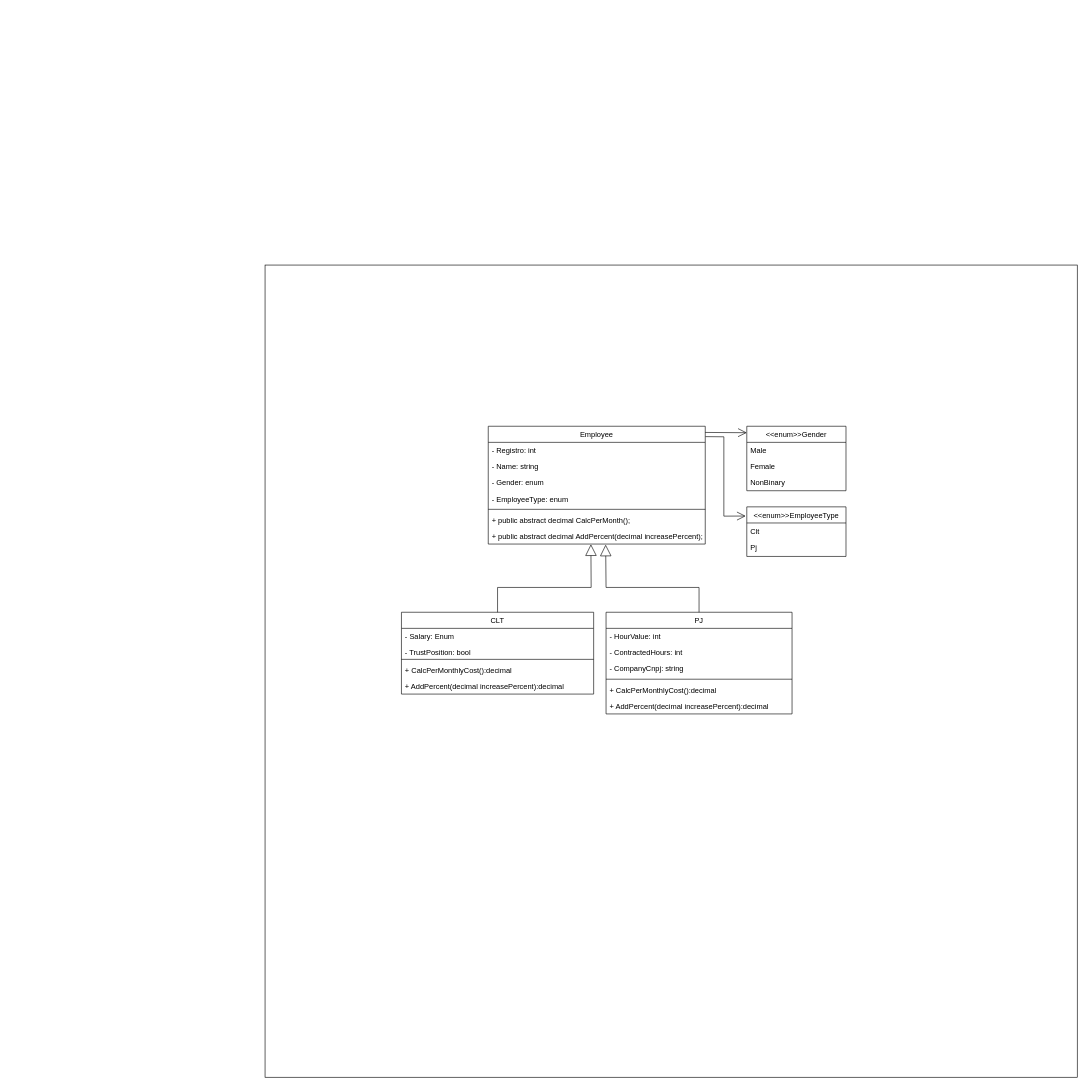
Earlier version of the draw.io diagram doc/diagram.drawio (febreno/Cp1cshapEmployee). Source tidied: cells renumbered, new cells numbered last; positions are measured from the earlier drawing's top-left corner, leaving out a move shared by most shapes. Both pictures are drawn from the tidied source at 62%, with x=0, y=0 at pixel (265, 265).
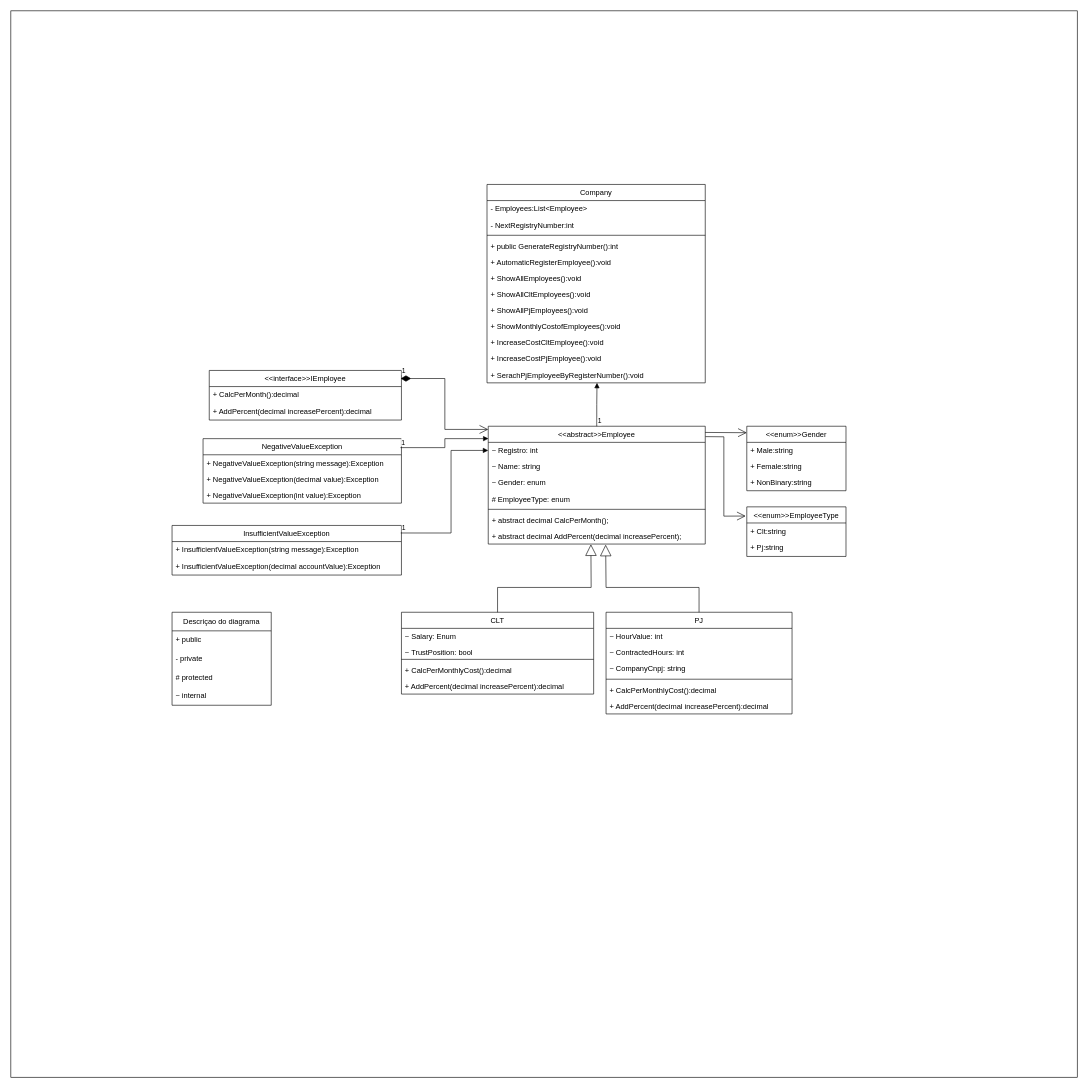
Above is the later version.

Unchanged cells that the change refers to:
```xml
<mxCell id="3" value="CLT" style="swimlane;fontStyle=0;align=center;verticalAlign=top;horizontal=1;startSize=26;rounded=0;shadow=0;strokeWidth=1;" parent="1" vertex="1">
  <mxGeometry x="220" y="560" width="310" height="132" as="geometry" />
</mxCell>
<mxCell id="9" value="PJ" style="swimlane;fontStyle=0;align=center;verticalAlign=top;horizontal=1;startSize=26;rounded=0;shadow=0;strokeWidth=1;" parent="1" vertex="1">
  <mxGeometry x="550" y="560" width="300" height="164" as="geometry" />
</mxCell>
<mxCell id="24" value="&lt;&lt;enum&gt;&gt;EmployeeType" style="swimlane;fontStyle=0;align=center;verticalAlign=top;horizontal=1;startSize=26;rounded=0;shadow=0;strokeWidth=1;" parent="1" vertex="1">
  <mxGeometry x="777" y="390" width="160" height="80" as="geometry" />
</mxCell>
<mxCell id="27" value="&lt;&lt;enum&gt;&gt;Gender" style="swimlane;fontStyle=0;align=center;verticalAlign=top;horizontal=1;startSize=26;rounded=0;shadow=0;strokeWidth=1;" parent="1" vertex="1">
  <mxGeometry x="777" y="260" width="160" height="104" as="geometry" />
</mxCell>
```

The edit, as a diff of the source:
```diff
@@
     <mxCell id="2" style="whiteSpace=wrap;html=1;" parent="1" vertex="1">
-      <mxGeometry width="1310" height="1310" as="geometry" />
+      <mxGeometry x="-410" y="-410" width="1720" height="1720" as="geometry" />
     </mxCell>
@@
-    <mxCell id="4" value="- Salary: Enum" style="text;align=left;verticalAlign=top;spacingLeft=4;spacingRight=4;overflow=hidden;rounded=0;shadow=0;html=0;" parent="3" vertex="1">
+    <mxCell id="4" value="~ Salary: Enum" style="text;align=left;verticalAlign=top;spacingLeft=4;spacingRight=4;overflow=hidden;rounded=0;shadow=0;html=0;" parent="3" vertex="1">
       <mxGeometry y="26" width="310" height="26" as="geometry" />
     </mxCell>
-    <mxCell id="5" value="- TrustPosition: bool" style="text;align=left;verticalAlign=top;spacingLeft=4;spacingRight=4;overflow=hidden;rounded=0;shadow=0;html=0;" parent="3" vertex="1">
+    <mxCell id="5" value="~ TrustPosition: bool" style="text;align=left;verticalAlign=top;spacingLeft=4;spacingRight=4;overflow=hidden;rounded=0;shadow=0;html=0;" parent="3" vertex="1">
       <mxGeometry y="52" width="310" height="20" as="geometry" />
     </mxCell>
@@
-    <mxCell id="10" value="- HourValue: int" style="text;align=left;verticalAlign=top;spacingLeft=4;spacingRight=4;overflow=hidden;rounded=0;shadow=0;html=0;" parent="9" vertex="1">
+    <mxCell id="10" value="~ HourValue: int" style="text;align=left;verticalAlign=top;spacingLeft=4;spacingRight=4;overflow=hidden;rounded=0;shadow=0;html=0;" parent="9" vertex="1">
       <mxGeometry y="26" width="300" height="26" as="geometry" />
     </mxCell>
-    <mxCell id="11" value="- ContractedHours: int" style="text;align=left;verticalAlign=top;spacingLeft=4;spacingRight=4;overflow=hidden;rounded=0;shadow=0;html=0;" parent="9" vertex="1">
+    <mxCell id="11" value="~ ContractedHours: int" style="text;align=left;verticalAlign=top;spacingLeft=4;spacingRight=4;overflow=hidden;rounded=0;shadow=0;html=0;" parent="9" vertex="1">
       <mxGeometry y="52" width="300" height="26" as="geometry" />
     </mxCell>
-    <mxCell id="12" value="- CompanyCnpj: string" style="text;align=left;verticalAlign=top;spacingLeft=4;spacingRight=4;overflow=hidden;rounded=0;shadow=0;html=0;" parent="9" vertex="1">
+    <mxCell id="12" value="~ CompanyCnpj: string" style="text;align=left;verticalAlign=top;spacingLeft=4;spacingRight=4;overflow=hidden;rounded=0;shadow=0;html=0;" parent="9" vertex="1">
       <mxGeometry y="78" width="300" height="26" as="geometry" />
     </mxCell>
@@
-    <mxCell id="16" value="Employee" style="swimlane;fontStyle=0;align=center;verticalAlign=top;horizontal=1;startSize=26;rounded=0;shadow=0;strokeWidth=1;" parent="1" vertex="1">
+    <mxCell id="16" value="&lt;&lt;abstract&gt;&gt;Employee" style="swimlane;fontStyle=0;align=center;verticalAlign=top;horizontal=1;startSize=26;rounded=0;shadow=0;strokeWidth=1;" parent="1" vertex="1">
       <mxGeometry x="360" y="260" width="350" height="190" as="geometry" />
     </mxCell>
-    <mxCell id="17" value="- Registro: int" style="text;align=left;verticalAlign=top;spacingLeft=4;spacingRight=4;overflow=hidden;points=[[0,0.5],[1,0.5]];portConstraint=eastwest;" parent="16" vertex="1">
+    <mxCell id="17" value="~ Registro: int" style="text;align=left;verticalAlign=top;spacingLeft=4;spacingRight=4;overflow=hidden;points=[[0,0.5],[1,0.5]];portConstraint=eastwest;" parent="16" vertex="1">
       <mxGeometry y="26" width="350" height="26" as="geometry" />
     </mxCell>
-    <mxCell id="18" value="- Name: string" style="text;align=left;verticalAlign=top;spacingLeft=4;spacingRight=4;overflow=hidden;rounded=0;shadow=0;html=0;" parent="16" vertex="1">
+    <mxCell id="18" value="~ Name: string" style="text;align=left;verticalAlign=top;spacingLeft=4;spacingRight=4;overflow=hidden;rounded=0;shadow=0;html=0;" parent="16" vertex="1">
       <mxGeometry y="52" width="350" height="26" as="geometry" />
     </mxCell>
-    <mxCell id="19" value="- Gender: enum" style="text;align=left;verticalAlign=top;spacingLeft=4;spacingRight=4;overflow=hidden;rounded=0;shadow=0;html=0;" parent="16" vertex="1">
+    <mxCell id="19" value="~ Gender: enum" style="text;align=left;verticalAlign=top;spacingLeft=4;spacingRight=4;overflow=hidden;rounded=0;shadow=0;html=0;" parent="16" vertex="1">
       <mxGeometry y="78" width="350" height="26" as="geometry" />
     </mxCell>
-    <mxCell id="20" value="- EmployeeType: enum" style="text;align=left;verticalAlign=top;spacingLeft=4;spacingRight=4;overflow=hidden;rounded=0;shadow=0;html=0;" parent="16" vertex="1">
+    <mxCell id="20" value="# EmployeeType: enum" style="text;align=left;verticalAlign=top;spacingLeft=4;spacingRight=4;overflow=hidden;rounded=0;shadow=0;html=0;" parent="16" vertex="1">
       <mxGeometry y="104" width="350" height="26" as="geometry" />
     </mxCell>
@@
-    <mxCell id="22" value="+ public abstract decimal CalcPerMonth();" style="text;align=left;verticalAlign=top;spacingLeft=4;spacingRight=4;overflow=hidden;" parent="16" vertex="1">
+    <mxCell id="22" value="+ abstract decimal CalcPerMonth();" style="text;align=left;verticalAlign=top;spacingLeft=4;spacingRight=4;overflow=hidden;" parent="16" vertex="1">
       <mxGeometry y="138" width="350" height="26" as="geometry" />
     </mxCell>
-    <mxCell id="23" value="+ public abstract decimal AddPercent(decimal increasePercent);" style="text;align=left;verticalAlign=top;spacingLeft=4;spacingRight=4;overflow=hidden;points=[[0,0.5],[1,0.5]];portConstraint=eastwest;" parent="16" vertex="1">
+    <mxCell id="23" value="+ abstract decimal AddPercent(decimal increasePercent);" style="text;align=left;verticalAlign=top;spacingLeft=4;spacingRight=4;overflow=hidden;points=[[0,0.5],[1,0.5]];portConstraint=eastwest;" parent="16" vertex="1">
       <mxGeometry y="164" width="350" height="26" as="geometry" />
     </mxCell>
@@
-    <mxCell id="25" value="Clt" style="text;align=left;verticalAlign=top;spacingLeft=4;spacingRight=4;overflow=hidden;rounded=0;shadow=0;html=0;" parent="24" vertex="1">
+    <mxCell id="25" value="+ Clt:string" style="text;align=left;verticalAlign=top;spacingLeft=4;spacingRight=4;overflow=hidden;rounded=0;shadow=0;html=0;" parent="24" vertex="1">
       <mxGeometry y="26" width="160" height="26" as="geometry" />
     </mxCell>
-    <mxCell id="26" value="Pj" style="text;align=left;verticalAlign=top;spacingLeft=4;spacingRight=4;overflow=hidden;rounded=0;shadow=0;html=0;" parent="24" vertex="1">
+    <mxCell id="26" value="+ Pj:string" style="text;align=left;verticalAlign=top;spacingLeft=4;spacingRight=4;overflow=hidden;rounded=0;shadow=0;html=0;" parent="24" vertex="1">
       <mxGeometry y="52" width="160" height="26" as="geometry" />
     </mxCell>
@@
-    <mxCell id="28" value="Male" style="text;align=left;verticalAlign=top;spacingLeft=4;spacingRight=4;overflow=hidden;rounded=0;shadow=0;html=0;" parent="27" vertex="1">
+    <mxCell id="28" value="+ Male:string" style="text;align=left;verticalAlign=top;spacingLeft=4;spacingRight=4;overflow=hidden;rounded=0;shadow=0;html=0;" parent="27" vertex="1">
       <mxGeometry y="26" width="160" height="26" as="geometry" />
     </mxCell>
-    <mxCell id="29" value="Female" style="text;align=left;verticalAlign=top;spacingLeft=4;spacingRight=4;overflow=hidden;rounded=0;shadow=0;html=0;" parent="27" vertex="1">
+    <mxCell id="29" value="+ Female:string" style="text;align=left;verticalAlign=top;spacingLeft=4;spacingRight=4;overflow=hidden;rounded=0;shadow=0;html=0;" parent="27" vertex="1">
       <mxGeometry y="52" width="160" height="26" as="geometry" />
     </mxCell>
-    <mxCell id="30" value="NonBinary" style="text;align=left;verticalAlign=top;spacingLeft=4;spacingRight=4;overflow=hidden;rounded=0;shadow=0;html=0;" parent="27" vertex="1">
+    <mxCell id="30" value="+ NonBinary:string" style="text;align=left;verticalAlign=top;spacingLeft=4;spacingRight=4;overflow=hidden;rounded=0;shadow=0;html=0;" parent="27" vertex="1">
       <mxGeometry y="78" width="160" height="26" as="geometry" />
     </mxCell>
@@
+    <mxCell id="35" value="&lt;&lt;interface&gt;&gt;IEmployee" style="swimlane;fontStyle=0;align=center;verticalAlign=top;horizontal=1;startSize=26;rounded=0;shadow=0;strokeWidth=1;" parent="1" vertex="1">
+      <mxGeometry x="-90" y="170" width="310" height="80" as="geometry" />
+    </mxCell>
+    <mxCell id="36" value="+ CalcPerMonth():decimal" style="text;align=left;verticalAlign=top;spacingLeft=4;spacingRight=4;overflow=hidden;rounded=0;shadow=0;html=0;" parent="35" vertex="1">
+      <mxGeometry y="26" width="310" height="26" as="geometry" />
+    </mxCell>
+    <mxCell id="37" value="+ AddPercent(decimal increasePercent):decimal" style="text;align=left;verticalAlign=top;spacingLeft=4;spacingRight=4;overflow=hidden;rounded=0;shadow=0;html=0;" parent="35" vertex="1">
+      <mxGeometry y="52" width="310" height="26" as="geometry" />
+    </mxCell>
+    <mxCell id="38" value="InsufficientValueException" style="swimlane;fontStyle=0;align=center;verticalAlign=top;horizontal=1;startSize=26;rounded=0;shadow=0;strokeWidth=1;" parent="1" vertex="1">
+      <mxGeometry x="-150" y="420" width="370" height="80" as="geometry" />
+    </mxCell>
+    <mxCell id="39" value="+ InsufficientValueException(string message):Exception" style="text;align=left;verticalAlign=top;spacingLeft=4;spacingRight=4;overflow=hidden;rounded=0;shadow=0;html=0;" parent="38" vertex="1">
+      <mxGeometry y="26" width="370" height="26" as="geometry" />
+    </mxCell>
+    <mxCell id="40" value="+ InsufficientValueException(decimal accountValue):Exception" style="text;align=left;verticalAlign=top;spacingLeft=4;spacingRight=4;overflow=hidden;rounded=0;shadow=0;html=0;" parent="38" vertex="1">
+      <mxGeometry y="52" width="370" height="26" as="geometry" />
+    </mxCell>
+    <mxCell id="41" value="NegativeValueException" style="swimlane;fontStyle=0;align=center;verticalAlign=top;horizontal=1;startSize=26;rounded=0;shadow=0;strokeWidth=1;" parent="1" vertex="1">
+      <mxGeometry x="-100" y="280" width="320" height="104" as="geometry" />
+    </mxCell>
+    <mxCell id="42" value="+ NegativeValueException(string message):Exception" style="text;align=left;verticalAlign=top;spacingLeft=4;spacingRight=4;overflow=hidden;rounded=0;shadow=0;html=0;" parent="41" vertex="1">
+      <mxGeometry y="26" width="320" height="26" as="geometry" />
+    </mxCell>
+    <mxCell id="43" value="+ NegativeValueException(decimal value):Exception" style="text;align=left;verticalAlign=top;spacingLeft=4;spacingRight=4;overflow=hidden;rounded=0;shadow=0;html=0;" parent="41" vertex="1">
+      <mxGeometry y="52" width="320" height="26" as="geometry" />
+    </mxCell>
+    <mxCell id="44" value="+ NegativeValueException(int value):Exception" style="text;align=left;verticalAlign=top;spacingLeft=4;spacingRight=4;overflow=hidden;rounded=0;shadow=0;html=0;" parent="41" vertex="1">
+      <mxGeometry y="78" width="320" height="26" as="geometry" />
+    </mxCell>
+    <mxCell id="45" value="1" style="endArrow=open;html=1;endSize=12;startArrow=diamondThin;startSize=14;startFill=1;edgeStyle=orthogonalEdgeStyle;align=left;verticalAlign=bottom;rounded=0;exitX=0.996;exitY=0.163;exitDx=0;exitDy=0;exitPerimeter=0;entryX=0;entryY=0.027;entryDx=0;entryDy=0;entryPerimeter=0;" parent="1" edge="1" source="35" target="16">
+      <mxGeometry x="-1" y="3" relative="1" as="geometry" />
+    </mxCell>
+    <mxCell id="46" value="Company" style="swimlane;fontStyle=0;align=center;verticalAlign=top;horizontal=1;startSize=26;rounded=0;shadow=0;strokeWidth=1;" parent="1" vertex="1">
+      <mxGeometry x="358" y="-130" width="352" height="320" as="geometry" />
+    </mxCell>
+    <mxCell id="47" value="- Employees:List&lt;Employee&gt;" style="text;align=left;verticalAlign=top;spacingLeft=4;spacingRight=4;overflow=hidden;rounded=0;shadow=0;html=0;" parent="46" vertex="1">
+      <mxGeometry y="26" width="352" height="26" as="geometry" />
+    </mxCell>
+    <mxCell id="48" value="- NextRegistryNumber:int" style="text;align=left;verticalAlign=top;spacingLeft=4;spacingRight=4;overflow=hidden;rounded=0;shadow=0;html=0;" parent="46" vertex="1">
+      <mxGeometry y="52" width="352" height="26" as="geometry" />
+    </mxCell>
+    <mxCell id="49" style="line;html=1;strokeWidth=1;align=left;verticalAlign=middle;spacingTop=-1;spacingLeft=3;spacingRight=3;labelPosition=right;" parent="46" vertex="1">
+      <mxGeometry y="78" width="352" height="8" as="geometry" />
+    </mxCell>
+    <mxCell id="50" value="+ public GenerateRegistryNumber():int" style="text;align=left;verticalAlign=top;spacingLeft=4;spacingRight=4;overflow=hidden;" parent="46" vertex="1">
+      <mxGeometry y="86" width="352" height="26" as="geometry" />
+    </mxCell>
+    <mxCell id="51" value="+ AutomaticRegisterEmployee():void" style="text;align=left;verticalAlign=top;spacingLeft=4;spacingRight=4;overflow=hidden;" parent="46" vertex="1">
+      <mxGeometry y="112" width="352" height="26" as="geometry" />
+    </mxCell>
+    <mxCell id="52" value="+ ShowAllEmployees():void" style="text;align=left;verticalAlign=top;spacingLeft=4;spacingRight=4;overflow=hidden;" parent="46" vertex="1">
+      <mxGeometry y="138" width="352" height="26" as="geometry" />
+    </mxCell>
+    <mxCell id="53" value="+ ShowAllCltEmployees():void" style="text;align=left;verticalAlign=top;spacingLeft=4;spacingRight=4;overflow=hidden;" parent="46" vertex="1">
+      <mxGeometry y="164" width="352" height="26" as="geometry" />
+    </mxCell>
+    <mxCell id="54" value="+ ShowAllPjEmployees():void" style="text;align=left;verticalAlign=top;spacingLeft=4;spacingRight=4;overflow=hidden;" parent="46" vertex="1">
+      <mxGeometry y="190" width="352" height="26" as="geometry" />
+    </mxCell>
+    <mxCell id="55" value="+ ShowMonthlyCostofEmployees():void" style="text;align=left;verticalAlign=top;spacingLeft=4;spacingRight=4;overflow=hidden;" parent="46" vertex="1">
+      <mxGeometry y="216" width="352" height="26" as="geometry" />
+    </mxCell>
+    <mxCell id="56" value="+ IncreaseCostCltEmployee():void" style="text;align=left;verticalAlign=top;spacingLeft=4;spacingRight=4;overflow=hidden;" parent="46" vertex="1">
+      <mxGeometry y="242" width="352" height="26" as="geometry" />
+    </mxCell>
+    <mxCell id="57" value="+ IncreaseCostPjEmployee():void" style="text;align=left;verticalAlign=top;spacingLeft=4;spacingRight=4;overflow=hidden;" parent="46" vertex="1">
+      <mxGeometry y="268" width="352" height="26" as="geometry" />
+    </mxCell>
+    <mxCell id="58" value="+ SerachPjEmployeeByRegisterNumber():void" style="text;align=left;verticalAlign=top;spacingLeft=4;spacingRight=4;overflow=hidden;points=[[0,0.5],[1,0.5]];portConstraint=eastwest;" parent="46" vertex="1">
+      <mxGeometry y="294" width="352" height="26" as="geometry" />
+    </mxCell>
+    <mxCell id="59" style="endArrow=block;endFill=1;html=1;edgeStyle=orthogonalEdgeStyle;align=left;verticalAlign=top;rounded=0;entryX=0.001;entryY=0.105;entryDx=0;entryDy=0;entryPerimeter=0;exitX=0.995;exitY=0.139;exitDx=0;exitDy=0;exitPerimeter=0;" parent="1" edge="1" source="41" target="16">
+      <mxGeometry x="-1" relative="1" as="geometry" />
+    </mxCell>
+    <mxCell id="60" value="1" style="edgeLabel;html=1;align=left;verticalAlign=bottom;" parent="59" vertex="1">
+      <mxGeometry x="-1" relative="1" as="geometry" />
+    </mxCell>
+    <mxCell id="61" style="endArrow=block;endFill=1;html=1;edgeStyle=orthogonalEdgeStyle;align=left;verticalAlign=top;rounded=0;exitX=0.997;exitY=0.152;exitDx=0;exitDy=0;exitPerimeter=0;entryX=0;entryY=0.5;entryDx=0;entryDy=0;" parent="1" edge="1" source="38" target="17">
+      <mxGeometry x="-1" relative="1" as="geometry">
+        <Array as="points">
+          <mxPoint x="300" y="432" />
+          <mxPoint x="300" y="299" />
+        </Array>
+      </mxGeometry>
+    </mxCell>
+    <mxCell id="62" value="1" style="edgeLabel;html=1;align=left;verticalAlign=bottom;" parent="61" vertex="1">
+      <mxGeometry x="-1" relative="1" as="geometry" />
+    </mxCell>
+    <mxCell id="63" style="endArrow=block;endFill=1;html=1;edgeStyle=orthogonalEdgeStyle;align=left;verticalAlign=top;rounded=0;entryX=0.504;entryY=1;entryDx=0;entryDy=0;entryPerimeter=0;" parent="1" edge="1" source="16" target="58">
+      <mxGeometry x="-1" relative="1" as="geometry" />
+    </mxCell>
+    <mxCell id="64" value="1" style="edgeLabel;html=1;align=left;verticalAlign=bottom;" parent="63" vertex="1">
+      <mxGeometry x="-1" relative="1" as="geometry" />
+    </mxCell>
+    <mxCell id="65" value="Descriçao do diagrama" style="swimlane;fontStyle=0;horizontal=1;startSize=30;whiteSpace=wrap;html=1;" parent="1" vertex="1">
+      <mxGeometry x="-150" y="560" width="160" height="150" as="geometry" />
+    </mxCell>
+    <mxCell id="66" value="+ public" style="text;strokeColor=none;fillColor=none;align=left;verticalAlign=middle;spacingLeft=4;spacingRight=4;overflow=hidden;whiteSpace=wrap;html=1;" parent="65" vertex="1">
+      <mxGeometry y="30" width="160" height="30" as="geometry" />
+    </mxCell>
+    <mxCell id="67" value="- private" style="text;strokeColor=none;fillColor=none;align=left;verticalAlign=middle;spacingLeft=4;spacingRight=4;overflow=hidden;whiteSpace=wrap;html=1;" parent="65" vertex="1">
+      <mxGeometry y="60" width="160" height="30" as="geometry" />
+    </mxCell>
+    <mxCell id="68" value="# protected" style="text;strokeColor=none;fillColor=none;align=left;verticalAlign=middle;spacingLeft=4;spacingRight=4;overflow=hidden;whiteSpace=wrap;html=1;" parent="65" vertex="1">
+      <mxGeometry y="90" width="160" height="30" as="geometry" />
+    </mxCell>
+    <mxCell id="69" value="~ internal" style="text;strokeColor=none;fillColor=none;align=left;verticalAlign=middle;spacingLeft=4;spacingRight=4;overflow=hidden;whiteSpace=wrap;html=1;" parent="65" vertex="1">
+      <mxGeometry y="120" width="160" height="30" as="geometry" />
+    </mxCell>
```
